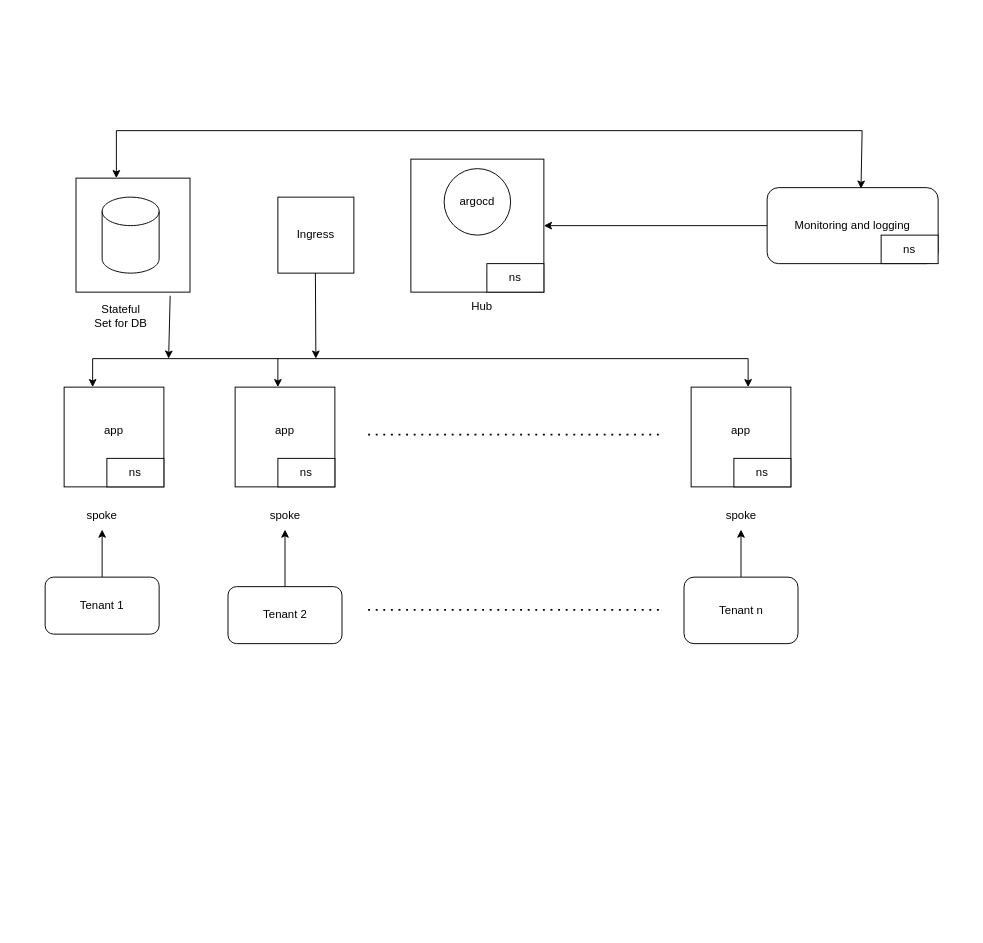
This is Diagramme sans nom.drawio from E-Miraoui/HackathonJE, a draw.io file, before an edit. Source tidied: cells renumbered, new cells numbered last; positions are measured from the earlier drawing's top-left corner, leaving out a move shared by most shapes. Both pictures are drawn from the tidied source at 95%, with x=0, y=0 at pixel (45, 130).
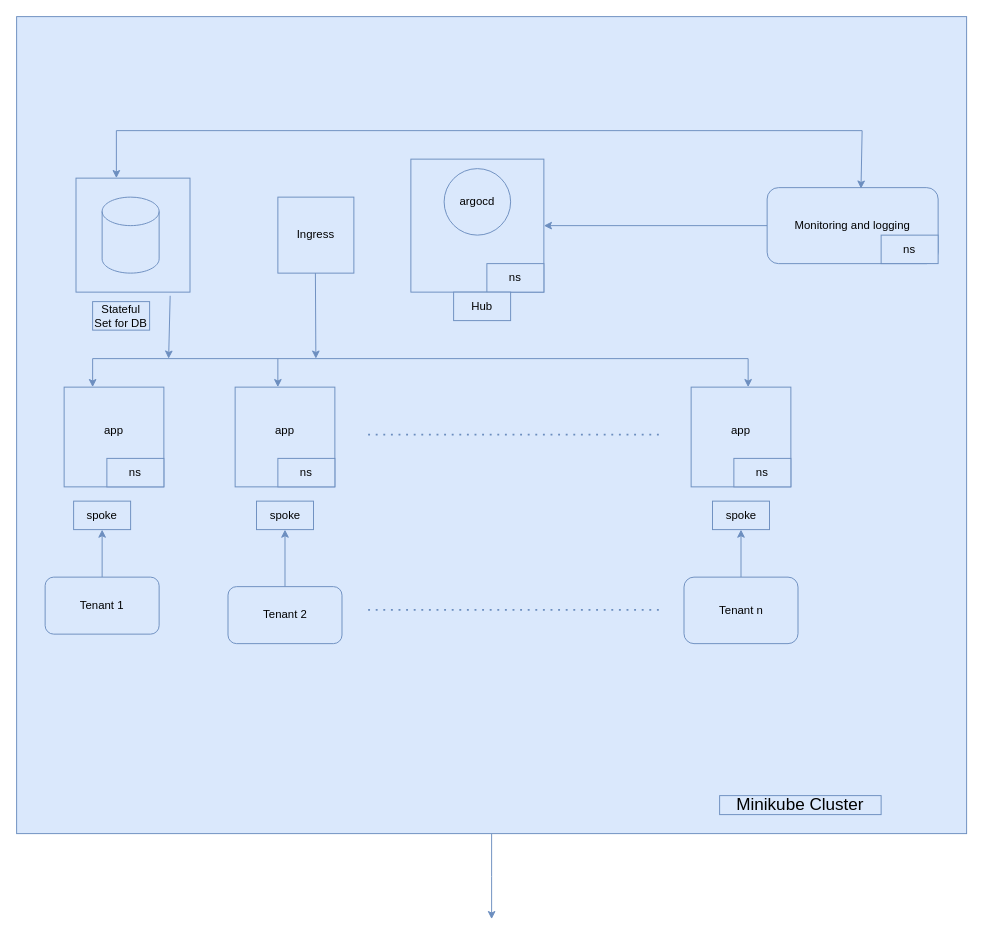
After the change.

Commit message (it also covers changes not shown here):
Mettre à jour Diagramme sans nom.drawio

Change to the diagram source:
```diff
@@
+    <mxCell id="38" style="edgeStyle=orthogonalEdgeStyle;rounded=0;jettySize=auto;html=1;exitX=0.5;exitY=1;exitDx=0;exitDy=0;fillColor=#dae8fc;strokeColor=#6c8ebf;" parent="1" edge="1" source="39">
+      <mxGeometry relative="1" as="geometry">
+        <mxPoint x="470" y="830" as="targetPoint" />
+      </mxGeometry>
+    </mxCell>
+    <mxCell id="39" style="rounded=0;whiteSpace=wrap;html=1;fillColor=#dae8fc;strokeColor=#6c8ebf;" parent="1" vertex="1">
+      <mxGeometry x="-30" y="-120" width="1000" height="860" as="geometry" />
+    </mxCell>
-    <mxCell id="2" style="whiteSpace=wrap;html=1;" parent="1" vertex="1">
+    <mxCell id="2" style="whiteSpace=wrap;html=1;fillColor=#dae8fc;strokeColor=#6c8ebf;" parent="1" vertex="1">
       <mxGeometry x="385" y="30" width="140" height="140" as="geometry" />
     </mxCell>
-    <mxCell id="3" value="argocd" style="ellipse;whiteSpace=wrap;html=1;" parent="1" vertex="1">
+    <mxCell id="3" value="argocd" style="ellipse;whiteSpace=wrap;html=1;fillColor=#dae8fc;strokeColor=#6c8ebf;" parent="1" vertex="1">
       <mxGeometry x="420" y="40" width="70" height="70" as="geometry" />
     </mxCell>
-    <mxCell id="4" value="ns" style="rounded=0;whiteSpace=wrap;html=1;" parent="1" vertex="1">
+    <mxCell id="4" value="ns" style="rounded=0;whiteSpace=wrap;html=1;fillColor=#dae8fc;strokeColor=#6c8ebf;" parent="1" vertex="1">
       <mxGeometry x="465" y="140" width="60" height="30" as="geometry" />
     </mxCell>
-    <mxCell id="5" value="app&lt;div&gt;&lt;br&gt;&lt;/div&gt;" style="whiteSpace=wrap;html=1;" parent="1" vertex="1">
+    <mxCell id="5" value="app&lt;div&gt;&lt;br&gt;&lt;/div&gt;" style="whiteSpace=wrap;html=1;fillColor=#dae8fc;strokeColor=#6c8ebf;" parent="1" vertex="1">
       <mxGeometry x="20" y="270" width="105" height="105" as="geometry" />
     </mxCell>
-    <mxCell id="6" value="app&lt;div&gt;&lt;br&gt;&lt;/div&gt;" style="whiteSpace=wrap;html=1;" parent="1" vertex="1">
+    <mxCell id="6" value="app&lt;div&gt;&lt;br&gt;&lt;/div&gt;" style="whiteSpace=wrap;html=1;fillColor=#dae8fc;strokeColor=#6c8ebf;" parent="1" vertex="1">
       <mxGeometry x="200" y="270" width="105" height="105" as="geometry" />
     </mxCell>
-    <mxCell id="7" value="app&lt;div&gt;&lt;br&gt;&lt;/div&gt;" style="whiteSpace=wrap;html=1;" parent="1" vertex="1">
+    <mxCell id="7" value="app&lt;div&gt;&lt;br&gt;&lt;/div&gt;" style="whiteSpace=wrap;html=1;fillColor=#dae8fc;strokeColor=#6c8ebf;" parent="1" vertex="1">
       <mxGeometry x="680" y="270" width="105" height="105" as="geometry" />
     </mxCell>
-    <mxCell id="8" value="spoke" style="text;html=1;align=center;verticalAlign=middle;whiteSpace=wrap;rounded=0;" parent="1" vertex="1">
+    <mxCell id="8" value="spoke" style="text;html=1;align=center;verticalAlign=middle;whiteSpace=wrap;rounded=0;fillColor=#dae8fc;strokeColor=#6c8ebf;" parent="1" vertex="1">
       <mxGeometry x="30" y="390" width="60" height="30" as="geometry" />
     </mxCell>
-    <mxCell id="9" value="spoke" style="text;html=1;align=center;verticalAlign=middle;whiteSpace=wrap;rounded=0;" parent="1" vertex="1">
+    <mxCell id="9" value="spoke" style="text;html=1;align=center;verticalAlign=middle;whiteSpace=wrap;rounded=0;fillColor=#dae8fc;strokeColor=#6c8ebf;" parent="1" vertex="1">
       <mxGeometry x="702.5" y="390" width="60" height="30" as="geometry" />
     </mxCell>
-    <mxCell id="10" value="spoke" style="text;html=1;align=center;verticalAlign=middle;whiteSpace=wrap;rounded=0;" parent="1" vertex="1">
+    <mxCell id="10" value="spoke" style="text;html=1;align=center;verticalAlign=middle;whiteSpace=wrap;rounded=0;fillColor=#dae8fc;strokeColor=#6c8ebf;" parent="1" vertex="1">
       <mxGeometry x="222.5" y="390" width="60" height="30" as="geometry" />
     </mxCell>
-    <mxCell id="11" style="edgeStyle=orthogonalEdgeStyle;rounded=0;jettySize=auto;html=1;exitX=0.5;exitY=0;exitDx=0;exitDy=0;entryX=0.5;entryY=1;entryDx=0;entryDy=0;" parent="1" edge="1" source="12" target="8">
+    <mxCell id="11" style="edgeStyle=orthogonalEdgeStyle;rounded=0;jettySize=auto;html=1;exitX=0.5;exitY=0;exitDx=0;exitDy=0;entryX=0.5;entryY=1;entryDx=0;entryDy=0;fillColor=#dae8fc;strokeColor=#6c8ebf;" parent="1" edge="1" source="12" target="8">
       <mxGeometry relative="1" as="geometry" />
     </mxCell>
-    <mxCell id="12" value="Tenant 1" style="rounded=1;whiteSpace=wrap;html=1;" parent="1" vertex="1">
+    <mxCell id="12" value="Tenant 1" style="rounded=1;whiteSpace=wrap;html=1;fillColor=#dae8fc;strokeColor=#6c8ebf;" parent="1" vertex="1">
       <mxGeometry y="470" width="120" height="60" as="geometry" />
     </mxCell>
-    <mxCell id="13" style="edgeStyle=orthogonalEdgeStyle;rounded=0;jettySize=auto;html=1;exitX=0.5;exitY=0;exitDx=0;exitDy=0;" parent="1" edge="1" source="14" target="10">
+    <mxCell id="13" style="edgeStyle=orthogonalEdgeStyle;rounded=0;jettySize=auto;html=1;exitX=0.5;exitY=0;exitDx=0;exitDy=0;fillColor=#dae8fc;strokeColor=#6c8ebf;" parent="1" edge="1" source="14" target="10">
       <mxGeometry relative="1" as="geometry" />
     </mxCell>
-    <mxCell id="14" value="Tenant 2" style="rounded=1;whiteSpace=wrap;html=1;" parent="1" vertex="1">
+    <mxCell id="14" value="Tenant 2" style="rounded=1;whiteSpace=wrap;html=1;fillColor=#dae8fc;strokeColor=#6c8ebf;" parent="1" vertex="1">
       <mxGeometry x="192.5" y="480" width="120" height="60" as="geometry" />
     </mxCell>
-    <mxCell id="15" style="edgeStyle=orthogonalEdgeStyle;rounded=0;jettySize=auto;html=1;entryX=0.5;entryY=1;entryDx=0;entryDy=0;" parent="1" edge="1" source="16" target="9">
+    <mxCell id="15" style="edgeStyle=orthogonalEdgeStyle;rounded=0;jettySize=auto;html=1;entryX=0.5;entryY=1;entryDx=0;entryDy=0;fillColor=#dae8fc;strokeColor=#6c8ebf;" parent="1" edge="1" source="16" target="9">
       <mxGeometry relative="1" as="geometry" />
     </mxCell>
-    <mxCell id="16" value="Tenant n" style="rounded=1;whiteSpace=wrap;html=1;" parent="1" vertex="1">
+    <mxCell id="16" value="Tenant n" style="rounded=1;whiteSpace=wrap;html=1;fillColor=#dae8fc;strokeColor=#6c8ebf;" parent="1" vertex="1">
       <mxGeometry x="672.5" y="470" width="120" height="70" as="geometry" />
     </mxCell>
-    <mxCell id="17" value="Hub" style="text;html=1;align=center;verticalAlign=middle;whiteSpace=wrap;rounded=0;" parent="1" vertex="1">
+    <mxCell id="17" value="Hub" style="text;html=1;align=center;verticalAlign=middle;whiteSpace=wrap;rounded=0;fillColor=#dae8fc;strokeColor=#6c8ebf;" parent="1" vertex="1">
       <mxGeometry x="430" y="170" width="60" height="30" as="geometry" />
     </mxCell>
-    <mxCell id="18" style="edgeStyle=orthogonalEdgeStyle;rounded=0;jettySize=auto;html=1;entryX=1;entryY=0.5;entryDx=0;entryDy=0;" parent="1" edge="1" source="19" target="2">
+    <mxCell id="18" style="edgeStyle=orthogonalEdgeStyle;rounded=0;jettySize=auto;html=1;entryX=1;entryY=0.5;entryDx=0;entryDy=0;fillColor=#dae8fc;strokeColor=#6c8ebf;" parent="1" edge="1" source="19" target="2">
       <mxGeometry relative="1" as="geometry" />
     </mxCell>
-    <mxCell id="19" value="Monitoring and logging" style="rounded=1;whiteSpace=wrap;html=1;" parent="1" vertex="1">
+    <mxCell id="19" value="Monitoring and logging" style="rounded=1;whiteSpace=wrap;html=1;fillColor=#dae8fc;strokeColor=#6c8ebf;" parent="1" vertex="1">
       <mxGeometry x="760" y="60" width="180" height="80" as="geometry" />
     </mxCell>
-    <mxCell id="20" value="ns" style="rounded=0;whiteSpace=wrap;html=1;" parent="1" vertex="1">
+    <mxCell id="20" value="ns" style="rounded=0;whiteSpace=wrap;html=1;fillColor=#dae8fc;strokeColor=#6c8ebf;" parent="1" vertex="1">
       <mxGeometry x="245" y="345" width="60" height="30" as="geometry" />
     </mxCell>
-    <mxCell id="21" value="ns" style="rounded=0;whiteSpace=wrap;html=1;" parent="1" vertex="1">
+    <mxCell id="21" value="ns" style="rounded=0;whiteSpace=wrap;html=1;fillColor=#dae8fc;strokeColor=#6c8ebf;" parent="1" vertex="1">
       <mxGeometry x="65" y="345" width="60" height="30" as="geometry" />
     </mxCell>
-    <mxCell id="22" value="ns" style="rounded=0;whiteSpace=wrap;html=1;" parent="1" vertex="1">
+    <mxCell id="22" value="ns" style="rounded=0;whiteSpace=wrap;html=1;fillColor=#dae8fc;strokeColor=#6c8ebf;" parent="1" vertex="1">
       <mxGeometry x="725" y="345" width="60" height="30" as="geometry" />
     </mxCell>
-    <mxCell id="23" value="ns" style="rounded=0;whiteSpace=wrap;html=1;" parent="1" vertex="1">
+    <mxCell id="23" value="ns" style="rounded=0;whiteSpace=wrap;html=1;fillColor=#dae8fc;strokeColor=#6c8ebf;" parent="1" vertex="1">
       <mxGeometry x="880" y="110" width="60" height="30" as="geometry" />
     </mxCell>
-    <mxCell id="24" style="whiteSpace=wrap;html=1;" parent="1" vertex="1">
+    <mxCell id="24" style="whiteSpace=wrap;html=1;fillColor=#dae8fc;strokeColor=#6c8ebf;" parent="1" vertex="1">
       <mxGeometry x="32.5" y="50" width="120" height="120" as="geometry" />
     </mxCell>
-    <mxCell id="25" style="edgeStyle=orthogonalEdgeStyle;rounded=0;orthogonalLoop=1;jettySize=auto;html=1;exitX=0.5;exitY=1;exitDx=0;exitDy=0;" parent="1" edge="1" source="23" target="23">
+    <mxCell id="25" style="edgeStyle=orthogonalEdgeStyle;rounded=0;orthogonalLoop=1;jettySize=auto;html=1;exitX=0.5;exitY=1;exitDx=0;exitDy=0;fillColor=#dae8fc;strokeColor=#6c8ebf;" parent="1" edge="1" source="23" target="23">
       <mxGeometry relative="1" as="geometry" />
     </mxCell>
-    <mxCell id="26" style="shape=cylinder3;whiteSpace=wrap;html=1;boundedLbl=1;backgroundOutline=1;size=15;" parent="1" vertex="1">
+    <mxCell id="26" style="shape=cylinder3;whiteSpace=wrap;html=1;boundedLbl=1;backgroundOutline=1;size=15;fillColor=#dae8fc;strokeColor=#6c8ebf;" parent="1" vertex="1">
       <mxGeometry x="60" y="70" width="60" height="80" as="geometry" />
     </mxCell>
-    <mxCell id="27" value="Stateful Set for DB" style="text;html=1;align=center;verticalAlign=middle;whiteSpace=wrap;rounded=0;" parent="1" vertex="1">
+    <mxCell id="27" value="Stateful Set for DB" style="text;html=1;align=center;verticalAlign=middle;whiteSpace=wrap;rounded=0;fillColor=#dae8fc;strokeColor=#6c8ebf;" parent="1" vertex="1">
       <mxGeometry x="50" y="180" width="60" height="30" as="geometry" />
     </mxCell>
-    <mxCell id="28" style="endArrow=none;html=1;rounded=0;" parent="1" edge="1">
+    <mxCell id="28" style="endArrow=none;html=1;rounded=0;fillColor=#dae8fc;strokeColor=#6c8ebf;" parent="1" edge="1">
       <mxGeometry relative="1" as="geometry">
         <mxPoint x="50" y="240" as="sourcePoint" />
         <mxPoint x="740" y="240" as="targetPoint" />
       </mxGeometry>
     </mxCell>
-    <mxCell id="29" style="endArrow=classic;html=1;rounded=0;" parent="1" edge="1">
+    <mxCell id="29" style="endArrow=classic;html=1;rounded=0;fillColor=#dae8fc;strokeColor=#6c8ebf;" parent="1" edge="1">
       <mxGeometry relative="1" as="geometry">
         <mxPoint x="50" y="240" as="sourcePoint" />
         <mxPoint x="50" y="270" as="targetPoint" />
       </mxGeometry>
     </mxCell>
-    <mxCell id="30" style="endArrow=classic;html=1;rounded=0;" parent="1" edge="1">
+    <mxCell id="30" style="endArrow=classic;html=1;rounded=0;fillColor=#dae8fc;strokeColor=#6c8ebf;" parent="1" edge="1">
       <mxGeometry relative="1" as="geometry">
         <mxPoint x="245" y="240" as="sourcePoint" />
         <mxPoint x="245" y="270" as="targetPoint" />
       </mxGeometry>
     </mxCell>
-    <mxCell id="31" style="endArrow=classic;html=1;rounded=0;" parent="1" edge="1">
+    <mxCell id="31" style="endArrow=classic;html=1;rounded=0;fillColor=#dae8fc;strokeColor=#6c8ebf;" parent="1" edge="1">
       <mxGeometry relative="1" as="geometry">
         <mxPoint x="740" y="240" as="sourcePoint" />
         <mxPoint x="740" y="270" as="targetPoint" />
       </mxGeometry>
     </mxCell>
-    <mxCell id="32" style="endArrow=classic;html=1;rounded=0;exitX=0.826;exitY=1.032;exitDx=0;exitDy=0;exitPerimeter=0;" parent="1" edge="1" source="24">
+    <mxCell id="32" style="endArrow=classic;html=1;rounded=0;exitX=0.826;exitY=1.032;exitDx=0;exitDy=0;exitPerimeter=0;fillColor=#dae8fc;strokeColor=#6c8ebf;" parent="1" edge="1" source="24">
       <mxGeometry relative="1" as="geometry">
         <mxPoint x="130" y="240" as="targetPoint" />
       </mxGeometry>
     </mxCell>
-    <mxCell id="33" value="Ingress" style="whiteSpace=wrap;html=1;" parent="1" vertex="1">
+    <mxCell id="33" value="Ingress" style="whiteSpace=wrap;html=1;fillColor=#dae8fc;strokeColor=#6c8ebf;" parent="1" vertex="1">
       <mxGeometry x="245" y="70" width="80" height="80" as="geometry" />
     </mxCell>
-    <mxCell id="34" style="endArrow=classic;html=1;rounded=0;" parent="1" edge="1">
+    <mxCell id="34" style="endArrow=classic;html=1;rounded=0;fillColor=#dae8fc;strokeColor=#6c8ebf;" parent="1" edge="1">
       <mxGeometry relative="1" as="geometry">
         <mxPoint x="284.5" y="150" as="sourcePoint" />
         <mxPoint x="285" y="240" as="targetPoint" />
       </mxGeometry>
     </mxCell>
-    <mxCell id="35" style="endArrow=classic;startArrow=classic;html=1;rounded=0;entryX=0.549;entryY=0.013;entryDx=0;entryDy=0;entryPerimeter=0;" parent="1" edge="1" target="19">
+    <mxCell id="35" style="endArrow=classic;startArrow=classic;html=1;rounded=0;entryX=0.549;entryY=0.013;entryDx=0;entryDy=0;entryPerimeter=0;fillColor=#dae8fc;strokeColor=#6c8ebf;" parent="1" edge="1" target="19">
       <mxGeometry relative="1" as="geometry">
         <mxPoint x="75" y="50" as="sourcePoint" />
         <Array as="points">
           <mxPoint x="75" />
           <mxPoint x="860" />
         </Array>
       </mxGeometry>
     </mxCell>
-    <mxCell id="36" style="endArrow=none;dashed=1;html=1;dashPattern=1 3;strokeWidth=2;rounded=0;" parent="1" edge="1">
+    <mxCell id="36" style="endArrow=none;dashed=1;html=1;dashPattern=1 3;strokeWidth=2;rounded=0;fillColor=#dae8fc;strokeColor=#6c8ebf;" parent="1" edge="1">
       <mxGeometry relative="1" as="geometry">
         <mxPoint x="340" y="320" as="sourcePoint" />
         <mxPoint x="650" y="320" as="targetPoint" />
       </mxGeometry>
     </mxCell>
-    <mxCell id="37" style="endArrow=none;dashed=1;html=1;dashPattern=1 3;strokeWidth=2;rounded=0;" parent="1" edge="1">
+    <mxCell id="37" style="endArrow=none;dashed=1;html=1;dashPattern=1 3;strokeWidth=2;rounded=0;fillColor=#dae8fc;strokeColor=#6c8ebf;" parent="1" edge="1">
       <mxGeometry relative="1" as="geometry">
         <mxPoint x="340" y="504.5" as="sourcePoint" />
         <mxPoint x="650" y="504.5" as="targetPoint" />
       </mxGeometry>
     </mxCell>
+    <mxCell id="40" value="&lt;font style=&quot;font-size: 18px;&quot;&gt;Minikube Cluster&lt;/font&gt;" style="text;html=1;align=center;verticalAlign=middle;whiteSpace=wrap;rounded=0;fillColor=#dae8fc;strokeColor=#6c8ebf;" parent="1" vertex="1">
+      <mxGeometry x="710" y="700" width="170" height="20" as="geometry" />
+    </mxCell>
```
